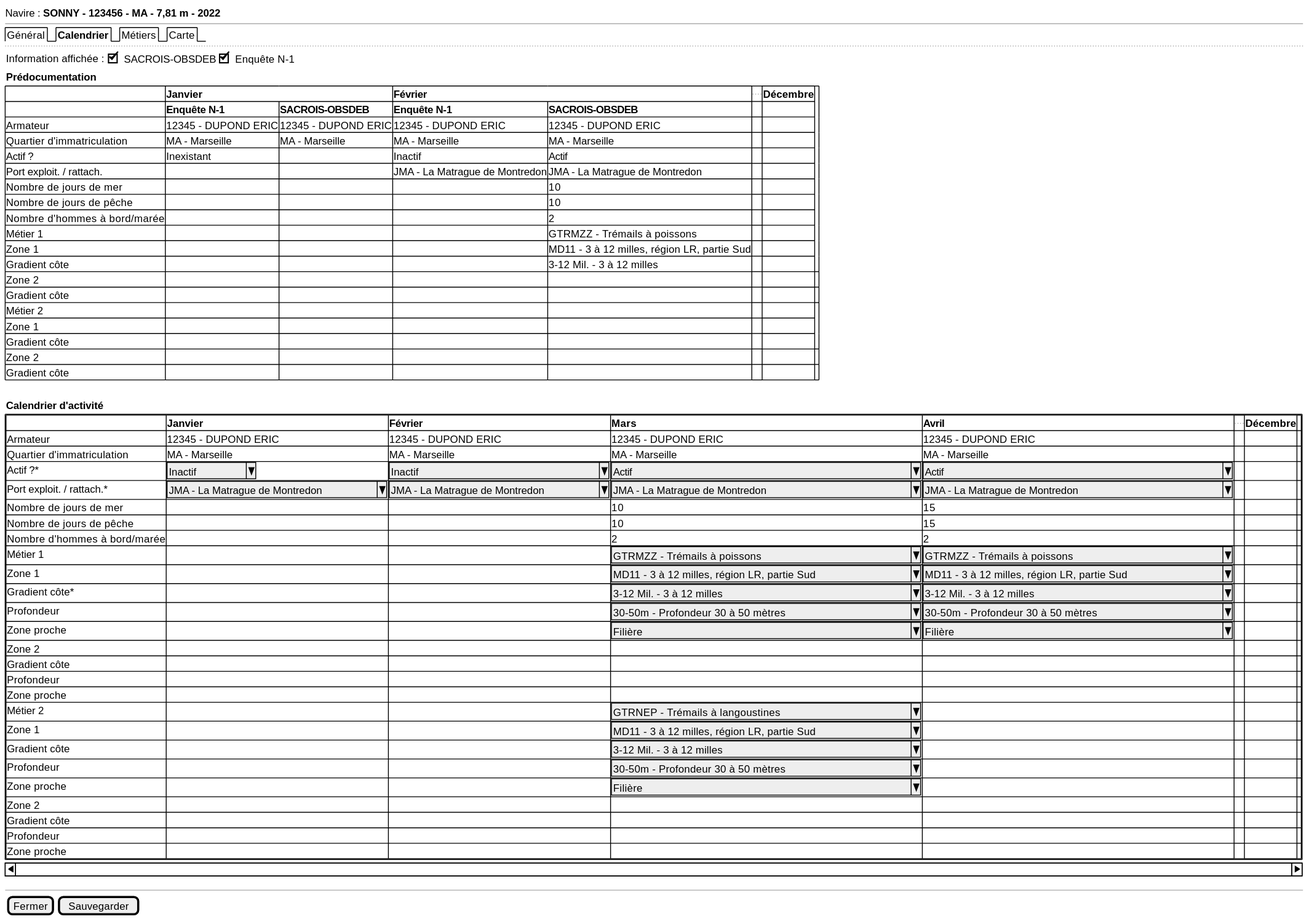
This is projects/activity-calendar/spe/images/activity-calendar-new.svg from sumaris-net/sumaris-doc, a PlantUML export, as it was before one commit.
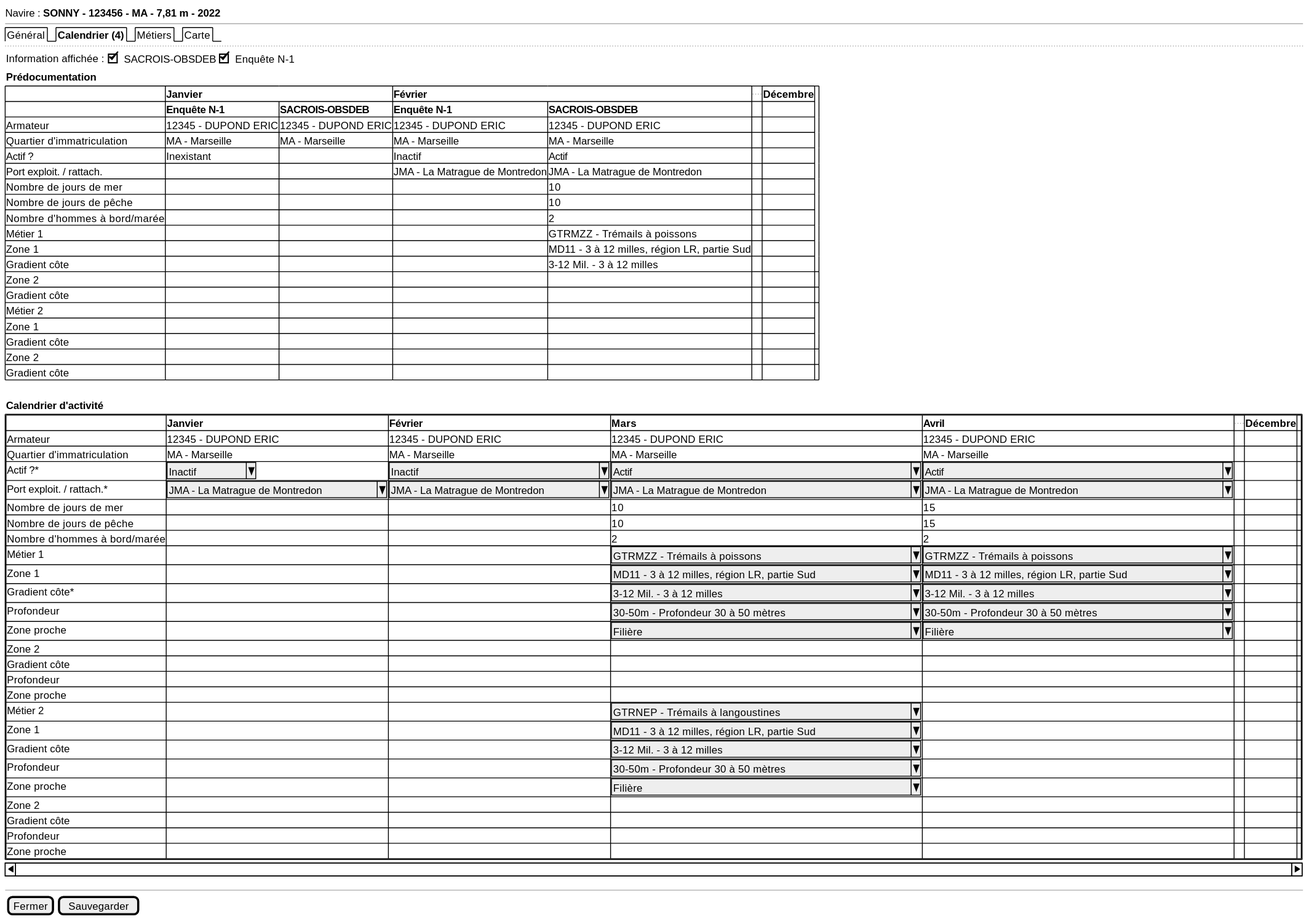
The same file after the commit.

Change to the diagram source:
```diff
@@ -2,7 +2,7 @@
 {
   Navire : <b>SONNY - 123456 - MA - 7,81 m - 2022
   --
-  {/ Général | <b>Calendrier | Métiers | Carte}
+  {/ Général | <b>Calendrier (4) | Métiers | Carte}
   ..
 
   {Information affichée :  {[X]SACROIS-OBSDEB | [X]Enquête N-1 }}
```
